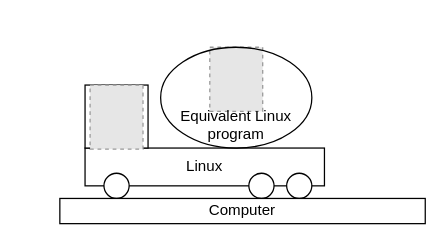
Before: source/ways-to-run-Windows-Program-pictures/Linux-equivalent-on-Linux.drawio in cdwijs/website, a draw.io diagram. Source tidied: cells renumbered, new cells numbered last; positions are measured from the earlier drawing's top-left corner, leaving out a move shared by most shapes. Both pictures are drawn from the tidied source at 126%, with x=0, y=0 at pixel (59, 47). Pictures stored in the file or linked from it are replaced by grey dashed boxes.
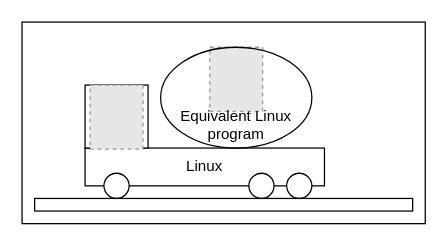
The same page after the edit.

Diff of the diagram source:
```diff
@@
 <mxGraphModel>
   <root>
     <mxCell id="0" />
     <mxCell id="1" parent="0" />
+    <mxCell id="11" style="rounded=0;whiteSpace=wrap;html=1;fillColor=none;" parent="1" vertex="1">
+      <mxGeometry x="-30" y="-20" width="320" height="160" as="geometry" />
+    </mxCell>
     <mxCell id="2" value="Linux" style="rounded=0;whiteSpace=wrap;html=1;" parent="1" vertex="1">
       <mxGeometry x="20" y="80" width="190" height="30" as="geometry" />
     </mxCell>
     <mxCell id="3" style="ellipse;whiteSpace=wrap;html=1;" parent="1" vertex="1">
       <mxGeometry x="180" y="100" width="20" height="20" as="geometry" />
     </mxCell>
     <mxCell id="4" style="ellipse;whiteSpace=wrap;html=1;" parent="1" vertex="1">
       <mxGeometry x="150" y="100" width="20" height="20" as="geometry" />
     </mxCell>
     <mxCell id="5" style="ellipse;whiteSpace=wrap;html=1;" parent="1" vertex="1">
       <mxGeometry x="35" y="100" width="20" height="20" as="geometry" />
     </mxCell>
-    <mxCell id="6" value="Computer" style="rounded=0;whiteSpace=wrap;html=1;" parent="1" vertex="1">
-      <mxGeometry y="120" width="290" height="20" as="geometry" />
-    </mxCell>
     <mxCell id="7" style="rounded=0;whiteSpace=wrap;html=1;" parent="1" vertex="1">
       <mxGeometry x="20" y="30" width="50" height="50" as="geometry" />
     </mxCell>
     <mxCell id="8" style="fillColor=#E6E6E6;strokeColor=#999999;dashed=1;" parent="1" vertex="1">
       <mxGeometry x="24" y="30" width="42" height="50.9" as="geometry" />
     </mxCell>
     <mxCell id="9" style="fillColor=#E6E6E6;strokeColor=#999999;dashed=1;" parent="1" vertex="1">
       <mxGeometry x="119" width="42" height="50.9" as="geometry" />
     </mxCell>
     <mxCell id="10" value="&lt;div&gt;&lt;br&gt;&lt;/div&gt;&lt;div&gt;&lt;br&gt;&lt;/div&gt;&lt;div&gt;&lt;br&gt;&lt;/div&gt;Equivalent Linux program" style="ellipse;whiteSpace=wrap;html=1;fillColor=none;" parent="1" vertex="1">
       <mxGeometry x="80" width="120" height="80" as="geometry" />
     </mxCell>
+    <mxCell id="12" style="rounded=0;whiteSpace=wrap;html=1;" parent="1" vertex="1">
+      <mxGeometry x="-20" y="120" width="300" height="10" as="geometry" />
+    </mxCell>
   </root>
 </mxGraphModel>
```
